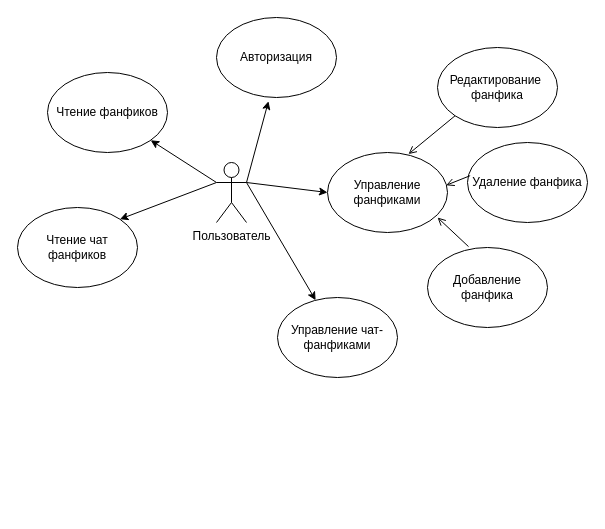
Above: Диаграмма без названия.drawio in IT-Dasha/FictionCraft (draw.io), before the change. Source tidied: cells renumbered, new cells numbered last; positions are measured from the earlier drawing's top-left corner, leaving out a move shared by most shapes. Both pictures are drawn from the tidied source at 100%, with x=0, y=0 at pixel (17, 17).
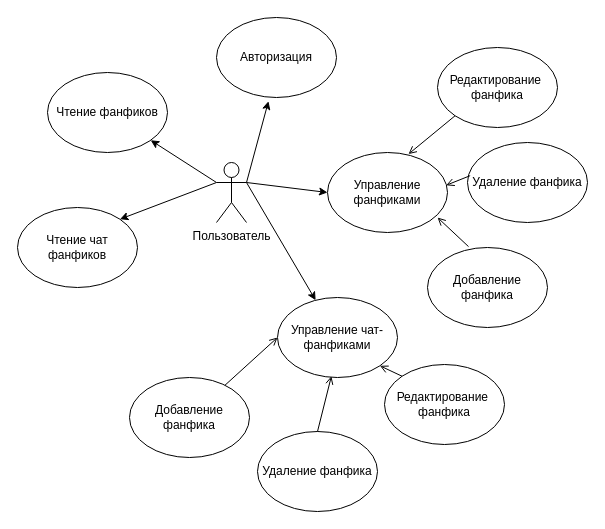
The same diagram, later.

Commit message (it also covers changes not shown here):
Use-case

Unchanged cells that the change refers to:
```xml
<mxCell id="8" value="Управление чат-фанфиками" style="ellipse;whiteSpace=wrap;html=1;" parent="1" vertex="1">
  <mxGeometry x="260" y="280" width="120" height="80" as="geometry" />
</mxCell>
```

What changed in the source:
```diff
@@
+    <mxCell id="19" value="Редактирование&amp;nbsp;&lt;div&gt;фанфика&lt;/div&gt;" style="ellipse;whiteSpace=wrap;html=1;" parent="1" vertex="1">
+      <mxGeometry x="367" y="347" width="120" height="80" as="geometry" />
+    </mxCell>
+    <mxCell id="20" value="Удаление фанфика" style="ellipse;whiteSpace=wrap;html=1;" parent="1" vertex="1">
+      <mxGeometry x="240" y="414" width="120" height="80" as="geometry" />
+    </mxCell>
+    <mxCell id="21" value="Добавление фанфика" style="ellipse;whiteSpace=wrap;html=1;" parent="1" vertex="1">
+      <mxGeometry x="112" y="360" width="120" height="80" as="geometry" />
+    </mxCell>
+    <mxCell id="22" style="endArrow=open;html=1;rounded=0;endFill=0;exitX=0;exitY=0;exitDx=0;exitDy=0;entryX=1;entryY=1;entryDx=0;entryDy=0;" parent="1" edge="1" source="19" target="8">
+      <mxGeometry relative="1" as="geometry" />
+    </mxCell>
+    <mxCell id="23" style="endArrow=open;html=1;rounded=0;endFill=0;exitX=0.5;exitY=0;exitDx=0;exitDy=0;entryX=0.449;entryY=0.984;entryDx=0;entryDy=0;entryPerimeter=0;" parent="1" edge="1" source="20" target="8">
+      <mxGeometry relative="1" as="geometry" />
+    </mxCell>
+    <mxCell id="24" style="endArrow=open;html=1;rounded=0;endFill=0;entryX=0;entryY=0.5;entryDx=0;entryDy=0;" parent="1" edge="1" source="21" target="8">
+      <mxGeometry relative="1" as="geometry" />
+    </mxCell>
```
